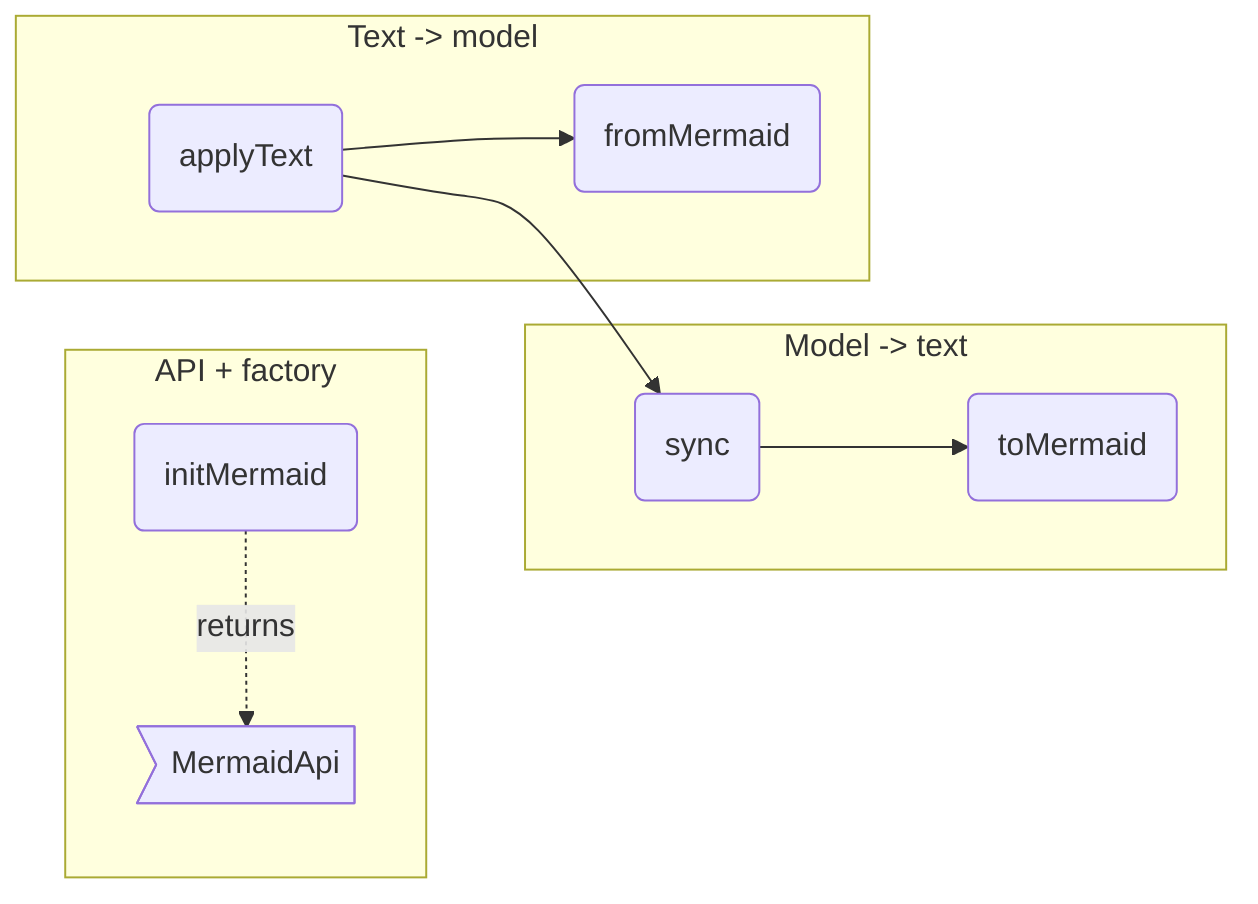
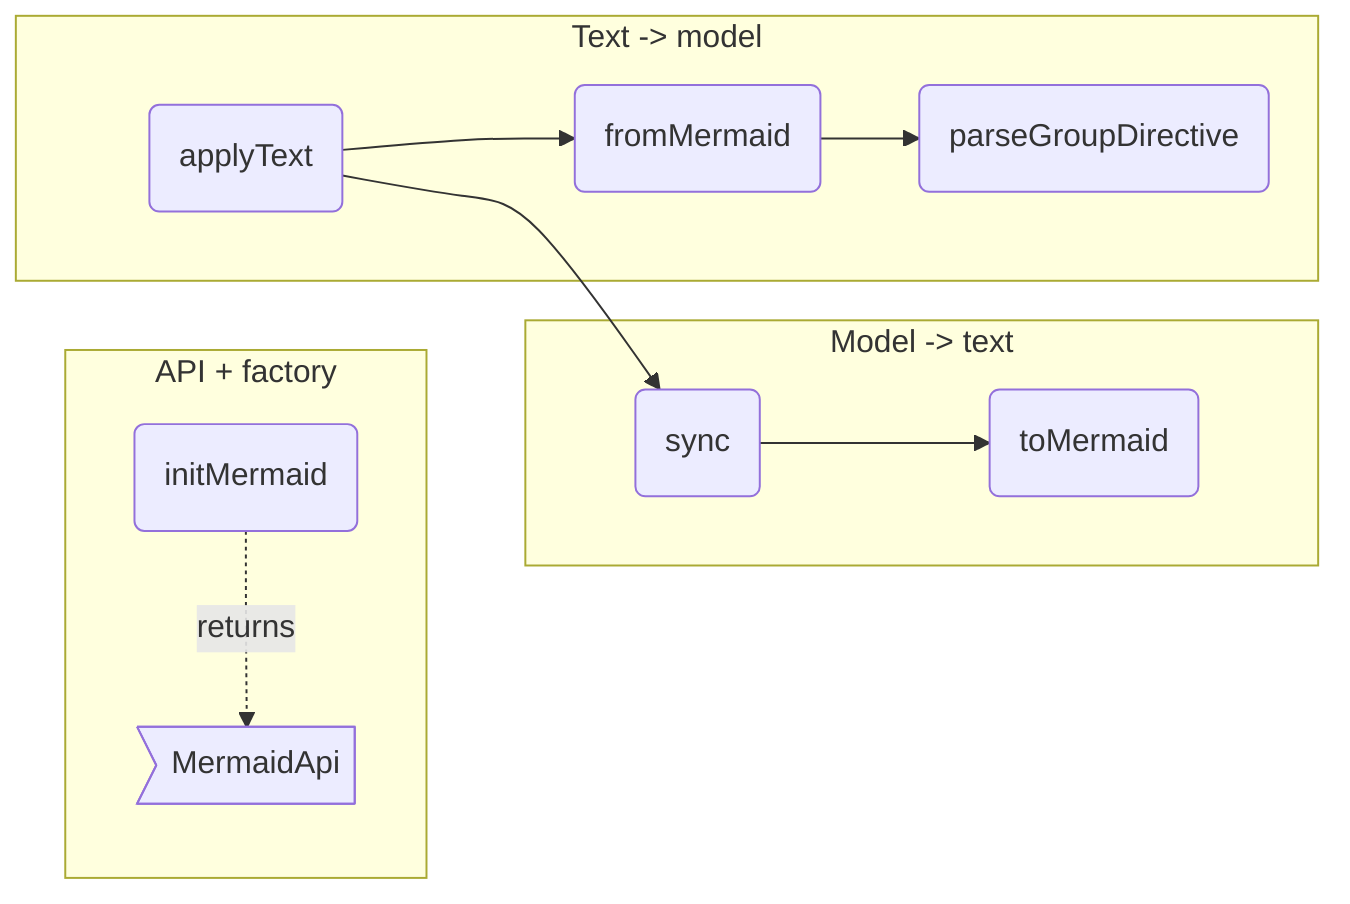
flowchart LR
%% root mermaid

%% src MermaidApi src/io/mermaid.ts#MermaidApi
%% kind MermaidApi type
%% fm:meta MermaidApi name=MermaidApi
%% fm:meta MermaidApi desc=public surface: toMermaid, sync, applyText

%% src initMermaid src/io/mermaid.ts#initMermaid
%% kind initMermaid function
%% fm:meta initMermaid name=initMermaid
%% fm:meta initMermaid desc=build the Mermaid serialize/parse/sync API bound to ctx and selection
%% fm:meta initMermaid i0.name=initMermaid
%% fm:meta initMermaid i0.accepts=ctx: AppContext
%% fm:meta initMermaid i0.accepts=selection: SelectionApi
%% fm:meta initMermaid i0.returns=MermaidApi

%% src toMermaid src/io/mermaid.ts#toMermaid
%% kind toMermaid function
%% fm:meta toMermaid name=toMermaid
%% fm:meta toMermaid desc=serialize the model to Mermaid text with fm/kind/parent/edge/root metadata and groups
%% fm:meta toMermaid i0.name=toMermaid
%% fm:meta toMermaid i0.accepts=opts: { only?: Set<string> }
%% fm:meta toMermaid i0.returns=string

%% src sync src/io/mermaid.ts#sync
%% kind sync function
%% fm:meta sync name=sync
%% fm:meta sync desc=write the serialized model into the Mermaid textarea
%% fm:meta sync i0.name=sync
%% fm:meta sync i0.returns=void

+ %% src parseGroupDirective src/io/mermaid.ts#parseGroupDirective
+ %% kind parseGroupDirective function
+ %% fm:meta parseGroupDirective name=parseGroupDirective
+ %% fm:meta parseGroupDirective desc=parse one %% group / %% group-member dialect line into the hier overlay; the pipeline parser mirrors this grammar and parser-conformance holds the two together (A3)
+ %% fm:meta parseGroupDirective i0.name=parseGroupDirective
+ %% fm:meta parseGroupDirective i0.accepts=line: string
+ %% fm:meta parseGroupDirective i0.accepts=hier: Hier
+ %% fm:meta parseGroupDirective i0.returns=boolean
+ 
%% src fromMermaid src/io/mermaid.ts#fromMermaid
%% kind fromMermaid function
%% fm:meta fromMermaid name=fromMermaid
%% fm:meta fromMermaid desc=parse Mermaid text into a model fragment: nodes, edges, geometry, frontmatter, kinds, roots
%% fm:meta fromMermaid i0.name=fromMermaid
%% fm:meta fromMermaid i0.accepts=text: string
%% fm:meta fromMermaid i0.returns=ParseResult

%% src applyText src/io/mermaid.ts#applyText
%% kind applyText function
%% fm:meta applyText name=applyText
%% fm:meta applyText desc=parse the textarea, replace the live model, clear selection, render, sync, push history
%% fm:meta applyText i0.name=applyText
%% fm:meta applyText i0.returns=void

%% parent mm_api mermaid
%% parent mm_serialize mermaid
%% parent mm_parse mermaid

  subgraph mm_api ["API + factory"]
    MermaidApi>"MermaidApi"]
    initMermaid("initMermaid")
  end
  subgraph mm_serialize ["Model -> text"]
    toMermaid("toMermaid")
    sync("sync")
  end
  subgraph mm_parse ["Text -> model"]
    fromMermaid("fromMermaid")
+     parseGroupDirective("parseGroupDirective")
    applyText("applyText")
  end

  applyText --> fromMermaid
+   fromMermaid --> parseGroupDirective
  applyText --> sync
  sync --> toMermaid
  initMermaid -.->|returns| MermaidApi
